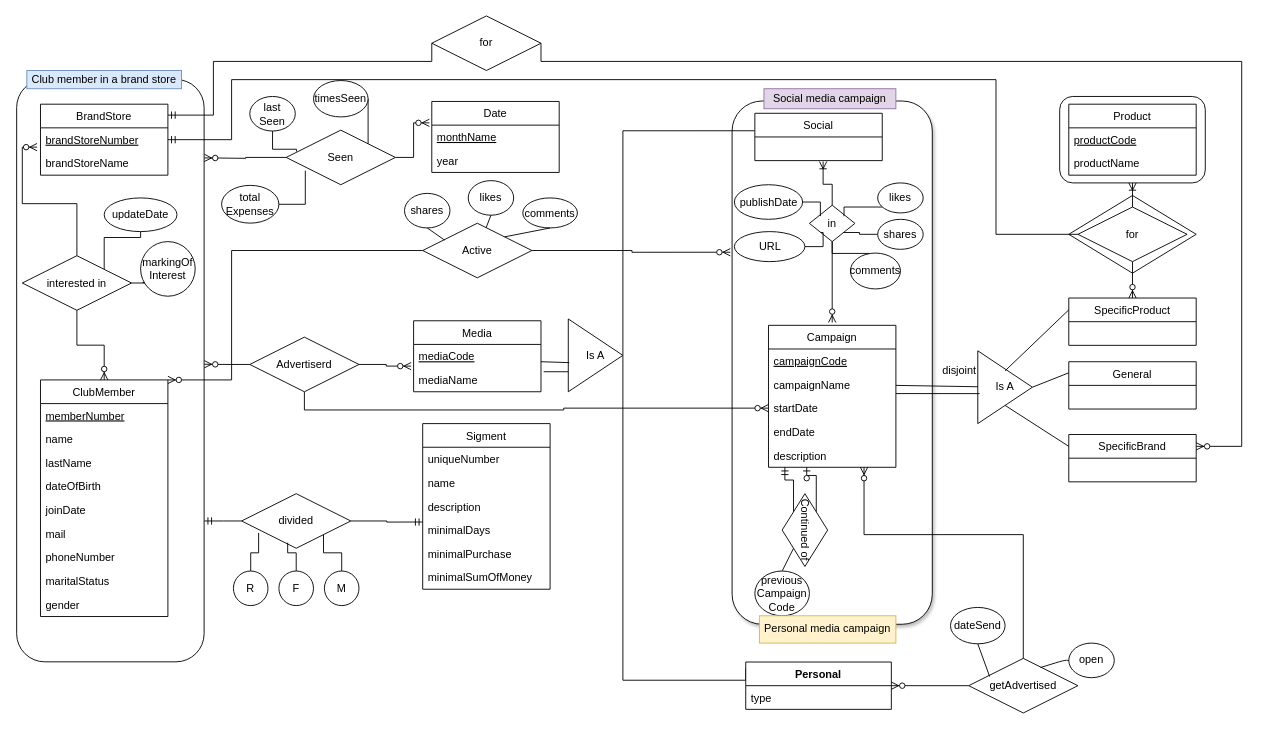
Before: תרגיל בית 1 עד ה18.11/Solution2_HW1_Diagram.drawio in Kfir-G/DataBases-ERD_diagrams, a draw.io diagram. Source tidied: cells renumbered, new cells numbered last; positions are measured from the earlier drawing's top-left corner, leaving out a move shared by most shapes. Both pictures are drawn from the tidied source at 91%, with x=0, y=0 at pixel (-181, 15).
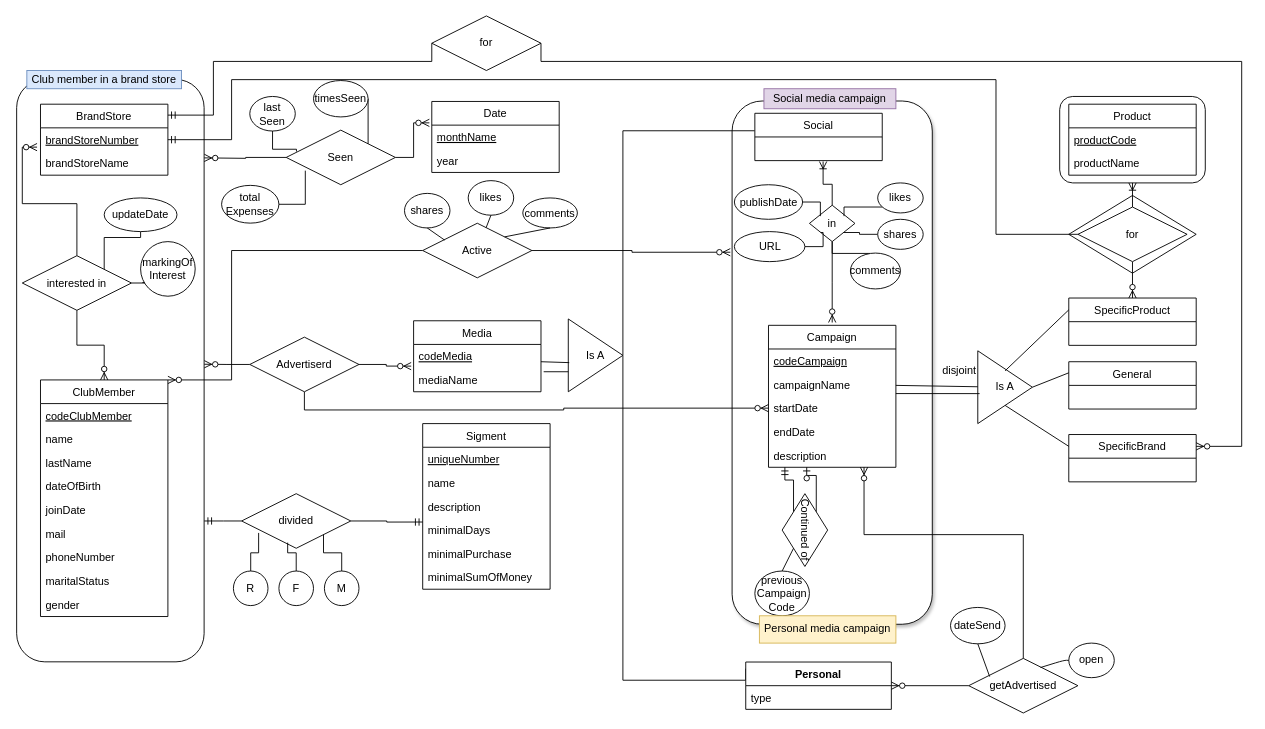
After the change.

The change refers to these unchanged cells:
```xml
<mxCell id="6" value="Campaign" style="swimlane;fontStyle=0;horizontal=1;startSize=26;fillColor=none;" parent="1" vertex="1">
  <mxGeometry x="1043" y="340" width="140" height="156" as="geometry" />
</mxCell>
<mxCell id="36" value="ClubMember" style="swimlane;fontStyle=0;horizontal=1;startSize=26;fillColor=none;" parent="1" vertex="1">
  <mxGeometry x="243" y="400" width="140" height="260" as="geometry" />
</mxCell>
<mxCell id="46" value="Media" style="swimlane;fontStyle=0;horizontal=1;startSize=26;fillColor=none;" parent="1" vertex="1">
  <mxGeometry x="653" y="335" width="140" height="78" as="geometry" />
</mxCell>
<mxCell id="59" value="Sigment" style="swimlane;fontStyle=0;horizontal=1;startSize=26;fillColor=none;" parent="1" vertex="1">
  <mxGeometry x="663" y="448" width="140" height="182" as="geometry" />
</mxCell>
```

What changed in the source:
```diff
@@
-    <mxCell id="7" value="campaignCode" style="text;strokeColor=none;fillColor=none;align=left;verticalAlign=top;spacingLeft=4;spacingRight=4;overflow=hidden;fontStyle=4;" parent="6" vertex="1">
+    <mxCell id="7" value="codeCampaign" style="text;strokeColor=none;fillColor=none;align=left;verticalAlign=top;spacingLeft=4;spacingRight=4;overflow=hidden;fontStyle=4;" parent="6" vertex="1">
       <mxGeometry y="26" width="140" height="26" as="geometry" />
     </mxCell>
@@
-    <mxCell id="37" value="memberNumber" style="text;strokeColor=none;fillColor=none;align=left;verticalAlign=top;spacingLeft=4;spacingRight=4;overflow=hidden;fontStyle=4;" parent="36" vertex="1">
+    <mxCell id="37" value="codeClubMember" style="text;strokeColor=none;fillColor=none;align=left;verticalAlign=top;spacingLeft=4;spacingRight=4;overflow=hidden;fontStyle=4;" parent="36" vertex="1">
       <mxGeometry y="26" width="140" height="26" as="geometry" />
     </mxCell>
@@
-    <mxCell id="47" value="mediaCode" style="text;strokeColor=none;fillColor=none;align=left;verticalAlign=top;spacingLeft=4;spacingRight=4;overflow=hidden;points=[[0,0.5],[1,0.5]];portConstraint=eastwest;fontStyle=4;" parent="46" vertex="1">
+    <mxCell id="47" value="codeMedia" style="text;strokeColor=none;fillColor=none;align=left;verticalAlign=top;spacingLeft=4;spacingRight=4;overflow=hidden;points=[[0,0.5],[1,0.5]];portConstraint=eastwest;fontStyle=4;" parent="46" vertex="1">
       <mxGeometry y="26" width="140" height="26" as="geometry" />
     </mxCell>
@@
-    <mxCell id="60" value="uniqueNumber" style="text;strokeColor=none;fillColor=none;align=left;verticalAlign=top;spacingLeft=4;spacingRight=4;overflow=hidden;" parent="59" vertex="1">
+    <mxCell id="60" value="uniqueNumber" style="text;strokeColor=none;fillColor=none;align=left;verticalAlign=top;spacingLeft=4;spacingRight=4;overflow=hidden;fontStyle=4;" parent="59" vertex="1">
       <mxGeometry y="26" width="140" height="26" as="geometry" />
     </mxCell>
```
